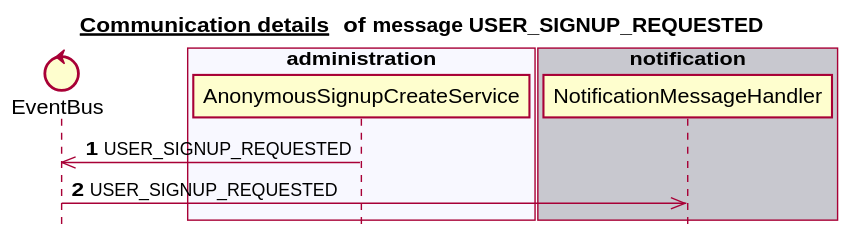
Above: docs/latest/images/gen_domain_messaging_user_signup_requested.svg in mercedes-benz/sechub (PlantUML), before the change.
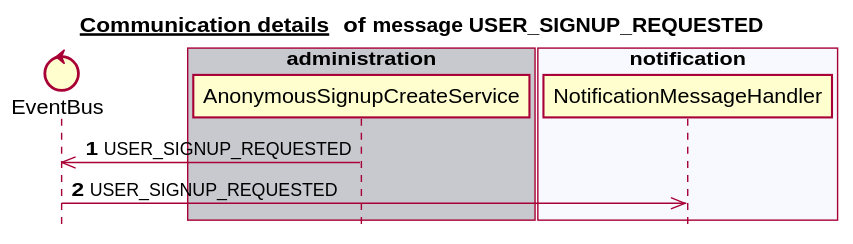
After the commit.

The edit, as a diff of the source:
```diff
@@ -6,17 +6,17 @@
 
 
 control EventBus
-box "scan" #C8C8CF
+box "schedule" #C8C8CF
 end box
-box "schedule" #F8F8FF
+box "scan" #F8F8FF
+end box
+box "administration" #C8C8CF
+   participant AnonymousSignupCreateService
+end box
+box "notification" #F8F8FF
+   participant NotificationMessageHandler
 end box
 box "authorization" #C8C8CF
-end box
-box "administration" #F8F8FF
-   participant AnonymousSignupCreateService
-end box
-box "notification" #C8C8CF
-   participant NotificationMessageHandler
 end box
 autonumber 1
 AnonymousSignupCreateService ->> EventBus:USER_SIGNUP_REQUESTED
```
